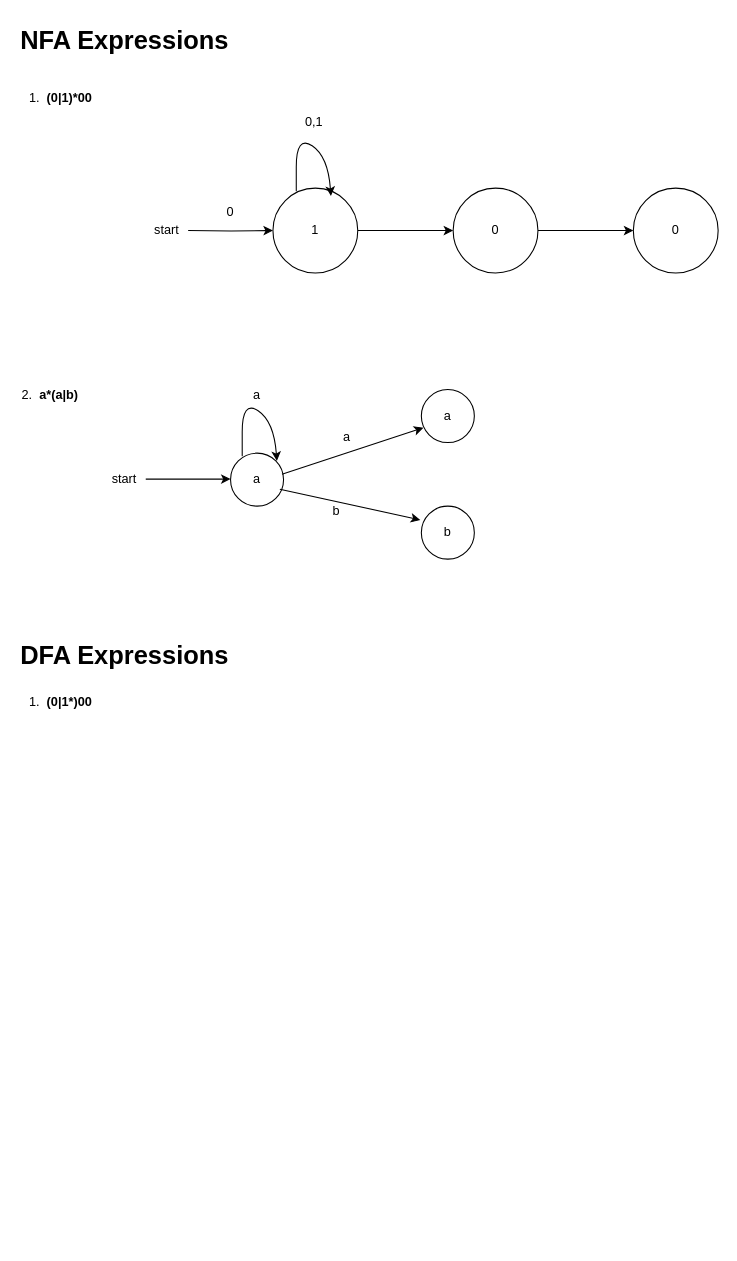
This is Compiler construction.drawio from Icey-Python/DIAGRAMS, a draw.io file, before an edit. Source tidied: cells renumbered, new cells numbered last; positions are measured from the earlier drawing's top-left corner, leaving out a move shared by most shapes. Both pictures are drawn from the tidied source at 106%, with x=0, y=0 at pixel (18, 18).
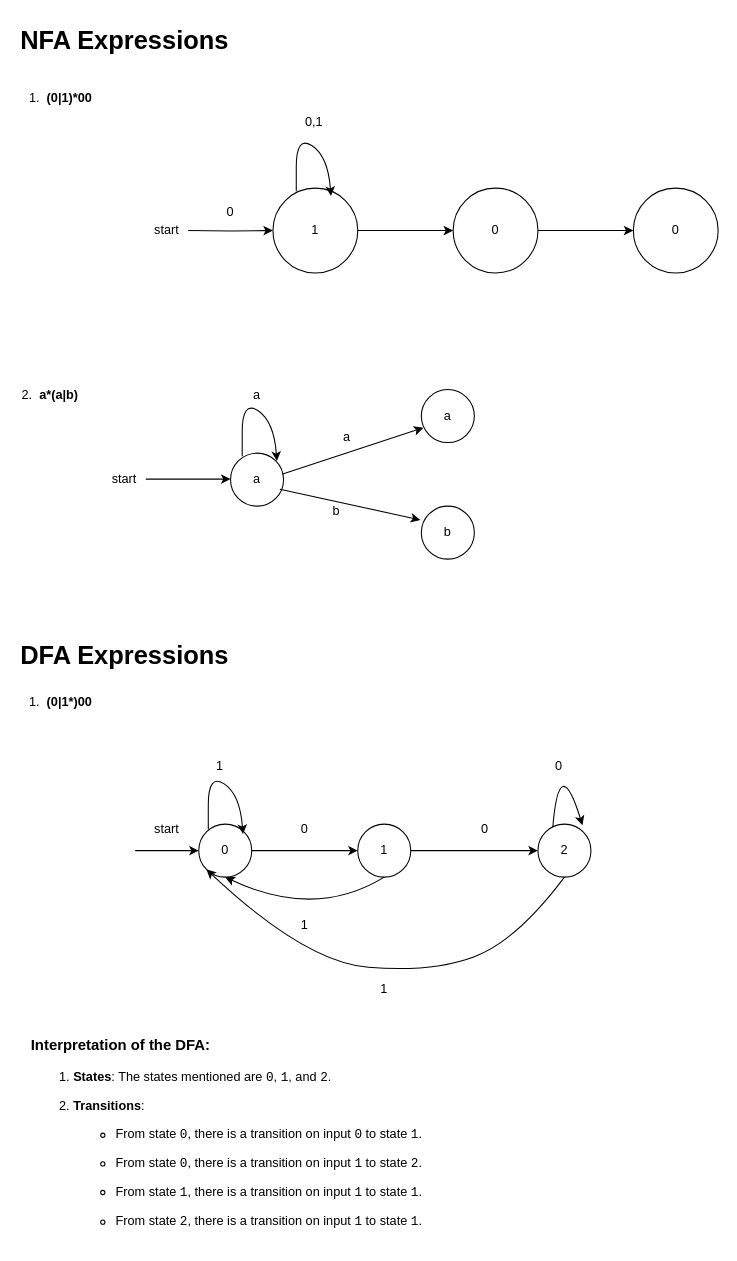
After the change.

The edit, as a diff of the source:
```diff
@@
+    <mxCell id="28" style="edgeStyle=orthogonalEdgeStyle;rounded=0;jettySize=auto;html=1;entryX=0;entryY=0.5;entryDx=0;entryDy=0;" parent="1" edge="1" source="29" target="32">
+      <mxGeometry relative="1" as="geometry" />
+    </mxCell>
+    <mxCell id="29" value="0" style="ellipse;whiteSpace=wrap;html=1;" parent="1" vertex="1">
+      <mxGeometry x="170" y="760" width="50" height="50" as="geometry" />
+    </mxCell>
+    <mxCell id="30" style="endArrow=classic;html=1;rounded=0;entryX=0;entryY=0.5;entryDx=0;entryDy=0;" parent="1" edge="1" target="29">
+      <mxGeometry relative="1" as="geometry">
+        <mxPoint x="110" y="785" as="sourcePoint" />
+      </mxGeometry>
+    </mxCell>
+    <mxCell id="31" style="edgeStyle=orthogonalEdgeStyle;rounded=0;jettySize=auto;html=1;entryX=0;entryY=0.5;entryDx=0;entryDy=0;" parent="1" edge="1" source="32" target="36">
+      <mxGeometry relative="1" as="geometry" />
+    </mxCell>
+    <mxCell id="32" value="1" style="ellipse;whiteSpace=wrap;html=1;" parent="1" vertex="1">
+      <mxGeometry x="320" y="760" width="50" height="50" as="geometry" />
+    </mxCell>
+    <mxCell id="33" style="curved=1;endArrow=classic;html=1;rounded=0;entryX=1;entryY=0;entryDx=0;entryDy=0;" parent="1" edge="1">
+      <mxGeometry relative="1" as="geometry">
+        <mxPoint x="179" y="762" as="sourcePoint" />
+        <mxPoint x="211.7" y="769.3" as="targetPoint" />
+        <Array as="points">
+          <mxPoint x="179" y="772" />
+          <mxPoint x="179" y="712" />
+          <mxPoint x="209" y="732" />
+        </Array>
+      </mxGeometry>
+    </mxCell>
+    <mxCell id="34" value="start" style="text;html=1;align=center;verticalAlign=middle;whiteSpace=wrap;rounded=0;" parent="1" vertex="1">
+      <mxGeometry x="110" y="750" width="60" height="30" as="geometry" />
+    </mxCell>
+    <mxCell id="35" value="0" style="text;html=1;align=center;verticalAlign=middle;whiteSpace=wrap;rounded=0;" parent="1" vertex="1">
+      <mxGeometry x="240" y="750" width="60" height="30" as="geometry" />
+    </mxCell>
+    <mxCell id="36" value="2" style="ellipse;whiteSpace=wrap;html=1;" parent="1" vertex="1">
+      <mxGeometry x="490" y="760" width="50" height="50" as="geometry" />
+    </mxCell>
+    <mxCell id="37" value="1" style="text;html=1;align=center;verticalAlign=middle;whiteSpace=wrap;rounded=0;" parent="1" vertex="1">
+      <mxGeometry x="160" y="690" width="60" height="30" as="geometry" />
+    </mxCell>
+    <mxCell id="38" value="0" style="text;html=1;align=center;verticalAlign=middle;whiteSpace=wrap;rounded=0;" parent="1" vertex="1">
+      <mxGeometry x="410" y="750" width="60" height="30" as="geometry" />
+    </mxCell>
+    <mxCell id="39" style="curved=1;endArrow=classic;html=1;rounded=0;entryX=0.5;entryY=1;entryDx=0;entryDy=0;exitX=0.5;exitY=1;exitDx=0;exitDy=0;" parent="1" edge="1" source="32" target="29">
+      <mxGeometry relative="1" as="geometry">
+        <Array as="points">
+          <mxPoint x="280" y="850" />
+        </Array>
+      </mxGeometry>
+    </mxCell>
+    <mxCell id="40" value="1" style="text;html=1;align=center;verticalAlign=middle;whiteSpace=wrap;rounded=0;" parent="1" vertex="1">
+      <mxGeometry x="240" y="840" width="60" height="30" as="geometry" />
+    </mxCell>
+    <mxCell id="41" style="curved=1;endArrow=classic;html=1;rounded=0;entryX=0.84;entryY=0.02;entryDx=0;entryDy=0;entryPerimeter=0;exitX=0.28;exitY=0.06;exitDx=0;exitDy=0;exitPerimeter=0;" parent="1" edge="1" source="36" target="36">
+      <mxGeometry relative="1" as="geometry">
+        <Array as="points">
+          <mxPoint x="510" y="690" />
+        </Array>
+      </mxGeometry>
+    </mxCell>
+    <mxCell id="42" value="0" style="text;html=1;align=center;verticalAlign=middle;whiteSpace=wrap;rounded=0;" parent="1" vertex="1">
+      <mxGeometry x="480" y="690" width="60" height="30" as="geometry" />
+    </mxCell>
+    <mxCell id="43" style="curved=1;endArrow=classic;html=1;rounded=0;entryX=0;entryY=1;entryDx=0;entryDy=0;exitX=0.5;exitY=1;exitDx=0;exitDy=0;exitPerimeter=0;" parent="1" edge="1" source="36" target="29">
+      <mxGeometry relative="1" as="geometry">
+        <Array as="points">
+          <mxPoint x="470" y="870" />
+          <mxPoint x="390" y="900" />
+          <mxPoint x="270" y="890" />
+        </Array>
+      </mxGeometry>
+    </mxCell>
+    <mxCell id="44" value="1" style="text;html=1;align=center;verticalAlign=middle;whiteSpace=wrap;rounded=0;" parent="1" vertex="1">
+      <mxGeometry x="315" y="901" width="60" height="30" as="geometry" />
+    </mxCell>
+    <mxCell id="45" value="&lt;h3&gt;Interpretation of the DFA:&lt;/h3&gt;&lt;ol start=&quot;1&quot;&gt;&lt;li&gt;&lt;p&gt;&lt;strong&gt;States&lt;/strong&gt;: The states mentioned are &lt;code&gt;0&lt;/code&gt;, &lt;code&gt;1&lt;/code&gt;, and &lt;code&gt;2&lt;/code&gt;.&lt;/p&gt;&lt;/li&gt;&lt;li&gt;&lt;p&gt;&lt;strong&gt;Transitions&lt;/strong&gt;:&lt;/p&gt;&lt;ul&gt;&lt;li&gt;&lt;p&gt;From state &lt;code&gt;0&lt;/code&gt;, there is a transition on input &lt;code&gt;0&lt;/code&gt; to state &lt;code&gt;1&lt;/code&gt;.&lt;/p&gt;&lt;/li&gt;&lt;li&gt;&lt;p&gt;From state &lt;code&gt;0&lt;/code&gt;, there is a transition on input &lt;code&gt;1&lt;/code&gt; to state &lt;code&gt;2&lt;/code&gt;.&lt;/p&gt;&lt;/li&gt;&lt;li&gt;&lt;p&gt;From state &lt;code&gt;1&lt;/code&gt;, there is a transition on input &lt;code&gt;1&lt;/code&gt; to state &lt;code&gt;1&lt;/code&gt;.&lt;/p&gt;&lt;/li&gt;&lt;li&gt;&lt;p&gt;From state &lt;code&gt;2&lt;/code&gt;, there is a transition on input &lt;code&gt;1&lt;/code&gt; to state &lt;code&gt;1&lt;/code&gt;.&lt;/p&gt;&lt;/li&gt;&lt;/ul&gt;&lt;/li&gt;&lt;/ol&gt;" style="text;html=1;whiteSpace=wrap;overflow=hidden;rounded=0;" parent="1" vertex="1">
+      <mxGeometry x="10" y="940" width="410" height="212.5" as="geometry" />
+    </mxCell>
```
